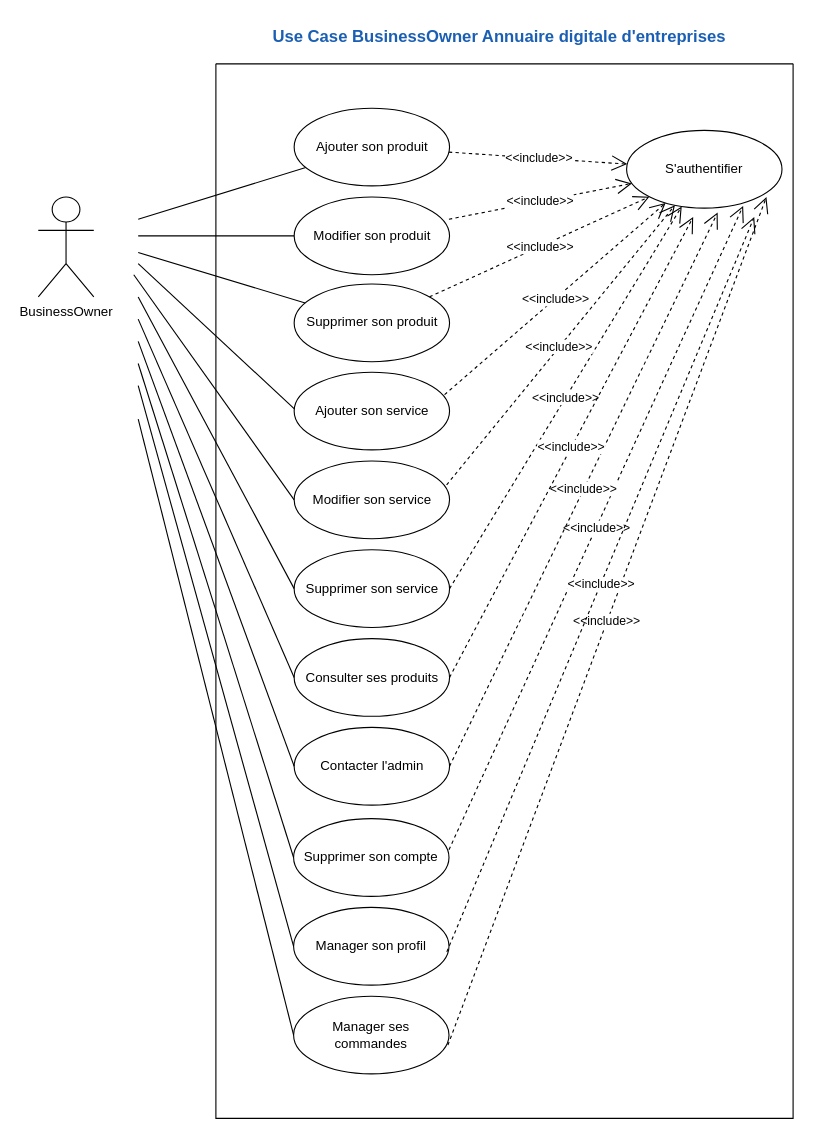
This is 3. UseCase_BusinessOwner.drawio from amine-elarass49/angular_doc, a draw.io file, before an edit. Source tidied: cells renumbered, new cells numbered last; positions are measured from the earlier drawing's top-left corner, leaving out a move shared by most shapes. Both pictures are drawn from the tidied source at 111%, with x=0, y=0 at pixel (38, 19).
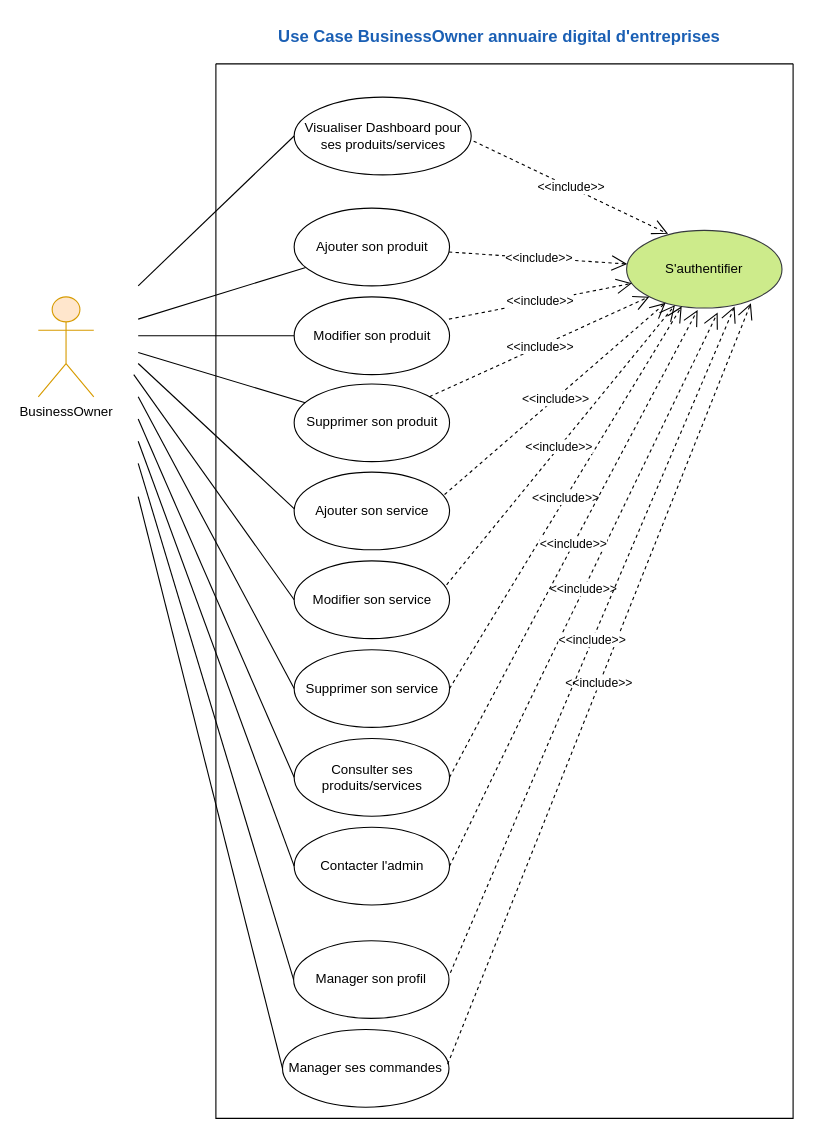
The same diagram, later.

Unchanged cells that the change refers to:
```xml
<mxCell id="2" style="swimlane;startSize=0;" parent="1" vertex="1">
  <mxGeometry x="160" y="40" width="520" height="950" as="geometry" />
</mxCell>
```

The edit, as a diff of the source:
```diff
@@
-    <mxCell id="3" value="BusinessOwner" style="shape=umlActor;verticalLabelPosition=bottom;verticalAlign=top;html=1;" parent="2" vertex="1">
-      <mxGeometry x="-160" y="120" width="50" height="90" as="geometry" />
+    <mxCell id="3" value="BusinessOwner" style="shape=umlActor;verticalLabelPosition=bottom;verticalAlign=top;html=1;fillColor=#ffe6cc;strokeColor=#d79b00;" parent="2" vertex="1">
+      <mxGeometry x="-160" y="210" width="50" height="90" as="geometry" />
     </mxCell>
-    <mxCell id="4" value="S'authentifier" style="ellipse;whiteSpace=wrap;html=1;" parent="2" vertex="1">
-      <mxGeometry x="370" y="60" width="140" height="70" as="geometry" />
+    <mxCell id="4" value="S'authentifier" style="ellipse;whiteSpace=wrap;html=1;fillColor=#cdeb8b;strokeColor=#36393d;" parent="2" vertex="1">
+      <mxGeometry x="370" y="150" width="140" height="70" as="geometry" />
     </mxCell>
@@
     <mxCell id="8" value="Ajouter son produit" style="ellipse;whiteSpace=wrap;html=1;" parent="2" vertex="1">
-      <mxGeometry x="70.5" y="40" width="140" height="70" as="geometry" />
+      <mxGeometry x="70.5" y="130" width="140" height="70" as="geometry" />
     </mxCell>
     <mxCell id="9" value="Modifier son produit" style="ellipse;whiteSpace=wrap;html=1;" parent="2" vertex="1">
-      <mxGeometry x="70.5" y="120" width="140" height="70" as="geometry" />
+      <mxGeometry x="70.5" y="210" width="140" height="70" as="geometry" />
     </mxCell>
     <mxCell id="10" value="&lt;div&gt;Supprimer son produit&lt;/div&gt;" style="ellipse;whiteSpace=wrap;html=1;" parent="2" vertex="1">
-      <mxGeometry x="70.5" y="198.4" width="140" height="70" as="geometry" />
+      <mxGeometry x="70.5" y="288.4" width="140" height="70" as="geometry" />
     </mxCell>
     <mxCell id="11" value="Ajouter&amp;nbsp;son service" style="ellipse;whiteSpace=wrap;html=1;" parent="2" vertex="1">
-      <mxGeometry x="70.5" y="277.8" width="140" height="70" as="geometry" />
+      <mxGeometry x="70.5" y="367.8" width="140" height="70" as="geometry" />
     </mxCell>
     <mxCell id="12" value="Modifier son service" style="ellipse;whiteSpace=wrap;html=1;" parent="2" vertex="1">
-      <mxGeometry x="70.5" y="357.8" width="140" height="70" as="geometry" />
+      <mxGeometry x="70.5" y="447.8" width="140" height="70" as="geometry" />
     </mxCell>
     <mxCell id="13" value="Supprimer son service" style="ellipse;whiteSpace=wrap;html=1;" parent="2" vertex="1">
-      <mxGeometry x="70.5" y="437.8" width="140" height="70" as="geometry" />
+      <mxGeometry x="70.5" y="527.8" width="140" height="70" as="geometry" />
     </mxCell>
-    <mxCell id="14" value="Consulter ses produits" style="ellipse;whiteSpace=wrap;html=1;" parent="2" vertex="1">
-      <mxGeometry x="70.5" y="517.8" width="140" height="70" as="geometry" />
+    <mxCell id="14" value="Consulter ses produits/services" style="ellipse;whiteSpace=wrap;html=1;" parent="2" vertex="1">
+      <mxGeometry x="70.5" y="607.8" width="140" height="70" as="geometry" />
     </mxCell>
     <mxCell id="15" value="Contacter l'admin" style="ellipse;whiteSpace=wrap;html=1;" parent="2" vertex="1">
-      <mxGeometry x="70.5" y="597.8" width="140" height="70" as="geometry" />
+      <mxGeometry x="70.5" y="687.8" width="140" height="70" as="geometry" />
     </mxCell>
     <mxCell id="16" style="endArrow=none;html=1;rounded=0;entryX=0;entryY=0.5;entryDx=0;entryDy=0;" parent="2" edge="1">
       <mxGeometry relative="1" as="geometry">
-        <mxPoint x="-70" y="230" as="sourcePoint" />
-        <mxPoint x="70.5" y="552.8" as="targetPoint" />
+        <mxPoint x="-70" y="320" as="sourcePoint" />
+        <mxPoint x="70.5" y="642.8" as="targetPoint" />
       </mxGeometry>
     </mxCell>
     <mxCell id="17" style="endArrow=none;html=1;rounded=0;entryX=0;entryY=0.5;entryDx=0;entryDy=0;" parent="2" edge="1">
       <mxGeometry relative="1" as="geometry">
-        <mxPoint x="-70" y="250" as="sourcePoint" />
-        <mxPoint x="70.5" y="632.8" as="targetPoint" />
+        <mxPoint x="-70" y="340" as="sourcePoint" />
+        <mxPoint x="70.5" y="722.8" as="targetPoint" />
       </mxGeometry>
     </mxCell>
     <mxCell id="18" style="endArrow=none;html=1;rounded=0;entryX=0;entryY=0.5;entryDx=0;entryDy=0;" parent="2" edge="1">
       <mxGeometry relative="1" as="geometry">
-        <mxPoint x="-74" y="190" as="sourcePoint" />
-        <mxPoint x="70.5" y="392.8" as="targetPoint" />
+        <mxPoint x="-74" y="280" as="sourcePoint" />
+        <mxPoint x="70.5" y="482.8" as="targetPoint" />
       </mxGeometry>
     </mxCell>
     <mxCell id="19" style="endArrow=none;html=1;rounded=0;entryX=0;entryY=0.5;entryDx=0;entryDy=0;" parent="2" edge="1">
       <mxGeometry relative="1" as="geometry">
-        <mxPoint x="-70" y="210" as="sourcePoint" />
-        <mxPoint x="70.5" y="472.8" as="targetPoint" />
+        <mxPoint x="-70" y="300" as="sourcePoint" />
+        <mxPoint x="70.5" y="562.8" as="targetPoint" />
       </mxGeometry>
     </mxCell>
     <mxCell id="20" style="endArrow=none;html=1;rounded=0;" parent="2" edge="1">
       <mxGeometry relative="1" as="geometry">
-        <mxPoint x="-70" y="180" as="sourcePoint" />
-        <mxPoint x="70.7" y="310.9" as="targetPoint" />
+        <mxPoint x="-70" y="270" as="sourcePoint" />
+        <mxPoint x="70.7" y="400.9" as="targetPoint" />
       </mxGeometry>
     </mxCell>
     <mxCell id="21" style="endArrow=none;html=1;rounded=0;" parent="2" edge="1" target="10">
       <mxGeometry relative="1" as="geometry">
-        <mxPoint x="-70" y="170" as="sourcePoint" />
+        <mxPoint x="-70" y="260" as="sourcePoint" />
       </mxGeometry>
     </mxCell>
-    <mxCell id="22" value="Supprimer&amp;nbsp;son compte" style="ellipse;whiteSpace=wrap;html=1;" parent="2" vertex="1">
-      <mxGeometry x="70" y="680" width="140" height="70" as="geometry" />
-    </mxCell>
-    <mxCell id="23" value="&amp;lt;&amp;lt;include&amp;gt;&amp;gt;" style="endArrow=open;endSize=12;dashed=1;html=1;rounded=0;exitX=1;exitY=0.4;exitDx=0;exitDy=0;exitPerimeter=0;entryX=0.75;entryY=0.971;entryDx=0;entryDy=0;entryPerimeter=0;" parent="2" edge="1" source="22" target="4">
-      <mxGeometry relative="1" as="geometry" />
-    </mxCell>
@@
-    <mxCell id="28" style="endArrow=none;html=1;rounded=0;entryX=0;entryY=0.5;entryDx=0;entryDy=0;" parent="2" edge="1" target="22">
-      <mxGeometry relative="1" as="geometry">
-        <mxPoint x="-70" y="270" as="sourcePoint" />
-      </mxGeometry>
-    </mxCell>
     <mxCell id="29" style="endArrow=none;html=1;rounded=0;" parent="2" edge="1" target="8">
       <mxGeometry relative="1" as="geometry">
-        <mxPoint x="-70" y="140" as="sourcePoint" />
+        <mxPoint x="-70" y="230" as="sourcePoint" />
       </mxGeometry>
     </mxCell>
     <mxCell id="30" style="endArrow=none;html=1;rounded=0;" parent="2" edge="1" target="9">
       <mxGeometry relative="1" as="geometry">
-        <mxPoint x="-70" y="155" as="sourcePoint" />
+        <mxPoint x="-70" y="245" as="sourcePoint" />
       </mxGeometry>
     </mxCell>
-    <mxCell id="31" value="&amp;lt;&amp;lt;include&amp;gt;&amp;gt;" style="endArrow=open;endSize=12;dashed=1;html=1;rounded=0;exitX=1;exitY=0.5;exitDx=0;exitDy=0;" parent="2" edge="1" source="14">
-      <mxGeometry relative="1" as="geometry">
-        <mxPoint x="430" y="138" as="targetPoint" />
-      </mxGeometry>
+    <mxCell id="31" value="&amp;lt;&amp;lt;include&amp;gt;&amp;gt;" style="endArrow=open;endSize=12;dashed=1;html=1;rounded=0;exitX=1;exitY=0.5;exitDx=0;exitDy=0;entryX=0.457;entryY=1.024;entryDx=0;entryDy=0;entryPerimeter=0;" parent="2" edge="1" source="14" target="4">
+      <mxGeometry relative="1" as="geometry" />
     </mxCell>
     <mxCell id="32" value="Manager son profil" style="ellipse;whiteSpace=wrap;html=1;" parent="2" vertex="1">
-      <mxGeometry x="70" y="760" width="140" height="70" as="geometry" />
+      <mxGeometry x="70" y="790" width="140" height="70" as="geometry" />
     </mxCell>
     <mxCell id="33" style="endArrow=none;html=1;rounded=0;entryX=0;entryY=0.5;entryDx=0;entryDy=0;" parent="2" edge="1" target="32">
       <mxGeometry relative="1" as="geometry">
-        <mxPoint x="-70" y="290" as="sourcePoint" />
+        <mxPoint x="-70" y="360" as="sourcePoint" />
       </mxGeometry>
     </mxCell>
     <mxCell id="34" value="Manager ses commandes" style="ellipse;whiteSpace=wrap;html=1;" parent="2" vertex="1">
-      <mxGeometry x="70" y="840" width="140" height="70" as="geometry" />
+      <mxGeometry x="60" y="870" width="150" height="70" as="geometry" />
     </mxCell>
-    <mxCell id="35" value="&amp;lt;&amp;lt;include&amp;gt;&amp;gt;" style="endArrow=open;endSize=12;dashed=1;html=1;rounded=0;exitX=0.993;exitY=0.629;exitDx=0;exitDy=0;exitPerimeter=0;entryX=0.9;entryY=0.857;entryDx=0;entryDy=0;entryPerimeter=0;" parent="2" edge="1" source="34" target="4">
+    <mxCell id="35" value="&amp;lt;&amp;lt;include&amp;gt;&amp;gt;" style="endArrow=open;endSize=12;dashed=1;html=1;rounded=0;exitX=0.992;exitY=0.446;exitDx=0;exitDy=0;exitPerimeter=0;entryX=0.8;entryY=0.938;entryDx=0;entryDy=0;entryPerimeter=0;" parent="2" edge="1" source="34" target="4">
       <mxGeometry relative="1" as="geometry" />
     </mxCell>
-    <mxCell id="36" value="&amp;lt;&amp;lt;include&amp;gt;&amp;gt;" style="endArrow=open;endSize=12;dashed=1;html=1;rounded=0;exitX=0.986;exitY=0.572;exitDx=0;exitDy=0;exitPerimeter=0;entryX=0.75;entryY=0.971;entryDx=0;entryDy=0;entryPerimeter=0;" parent="2" edge="1" source="32">
-      <mxGeometry relative="1" as="geometry">
-        <mxPoint x="485" y="138" as="targetPoint" />
-      </mxGeometry>
+    <mxCell id="36" value="&amp;lt;&amp;lt;include&amp;gt;&amp;gt;" style="endArrow=open;endSize=12;dashed=1;html=1;rounded=0;exitX=1.009;exitY=0.412;exitDx=0;exitDy=0;exitPerimeter=0;entryX=0.695;entryY=0.981;entryDx=0;entryDy=0;entryPerimeter=0;" parent="2" edge="1" source="32" target="4">
+      <mxGeometry relative="1" as="geometry" />
     </mxCell>
     <mxCell id="37" style="endArrow=none;html=1;rounded=0;entryX=0;entryY=0.5;entryDx=0;entryDy=0;" parent="2" edge="1" target="34">
       <mxGeometry relative="1" as="geometry">
-        <mxPoint x="-70" y="320" as="sourcePoint" />
+        <mxPoint x="-70" y="390" as="sourcePoint" />
       </mxGeometry>
     </mxCell>
+    <mxCell id="39" value="Visualiser Dashboard pour ses produits/services" style="ellipse;whiteSpace=wrap;html=1;" parent="2" vertex="1">
+      <mxGeometry x="70.5" y="30" width="159.5" height="70" as="geometry" />
+    </mxCell>
+    <mxCell id="40" style="endArrow=none;html=1;rounded=0;entryX=0;entryY=0.5;entryDx=0;entryDy=0;" parent="2" edge="1" target="39">
+      <mxGeometry relative="1" as="geometry">
+        <mxPoint x="-70" y="200" as="sourcePoint" />
+      </mxGeometry>
+    </mxCell>
+    <mxCell id="23" value="&amp;lt;&amp;lt;include&amp;gt;&amp;gt;" style="endArrow=open;endSize=12;dashed=1;html=1;rounded=0;entryX=0.267;entryY=0.045;entryDx=0;entryDy=0;entryPerimeter=0;exitX=1.014;exitY=0.567;exitDx=0;exitDy=0;exitPerimeter=0;" parent="2" edge="1" source="39" target="4">
+      <mxGeometry relative="1" as="geometry" />
+    </mxCell>
-    <mxCell id="38" value="&lt;b&gt;&lt;font style=&quot;font-size: 15px;&quot; color=&quot;#1a5fb4&quot;&gt;Use Case BusinessOwner Annuaire digitale d'entreprises&lt;/font&gt;&lt;/b&gt;" style="text;html=1;align=center;verticalAlign=middle;strokeColor=none;fillColor=none;" parent="1" vertex="1">
-      <mxGeometry x="200" width="430" height="30" as="geometry" />
+    <mxCell id="38" value="&lt;b&gt;&lt;font style=&quot;font-size: 15px;&quot; color=&quot;#1a5fb4&quot;&gt;Use Case BusinessOwner annuaire digital d'entreprises&lt;/font&gt;&lt;/b&gt;" style="text;html=1;align=center;verticalAlign=middle;strokeColor=none;fillColor=none;" parent="1" vertex="1">
+      <mxGeometry x="205" width="420" height="30" as="geometry" />
     </mxCell>
```
